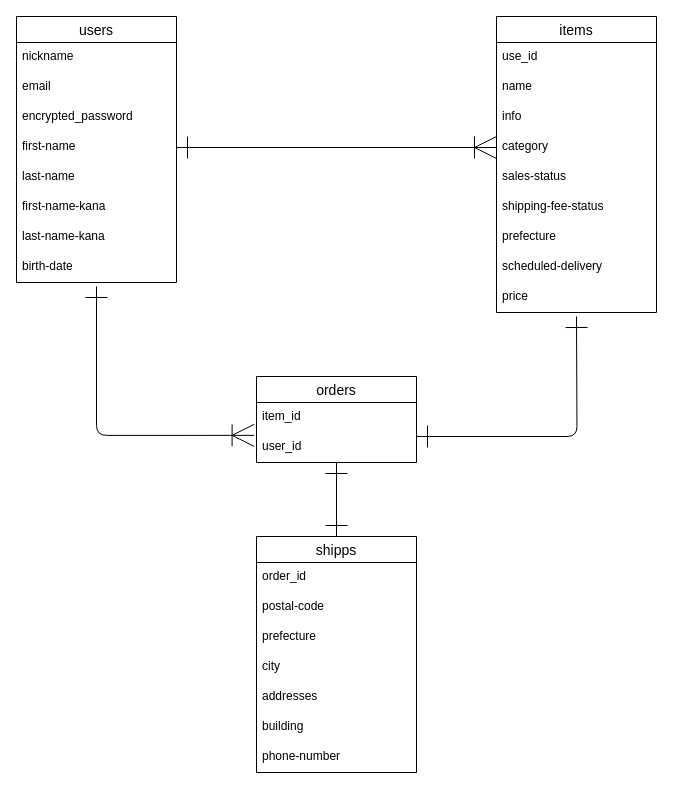
The draw.io diagram app/views/.dio in katsuya53/furima-40206, before the edit. Source tidied: cells renumbered, new cells numbered last; positions are measured from the earlier drawing's top-left corner, leaving out a move shared by most shapes. Both pictures are drawn from the tidied source at 100%, with x=0, y=0 at pixel (16, 16).
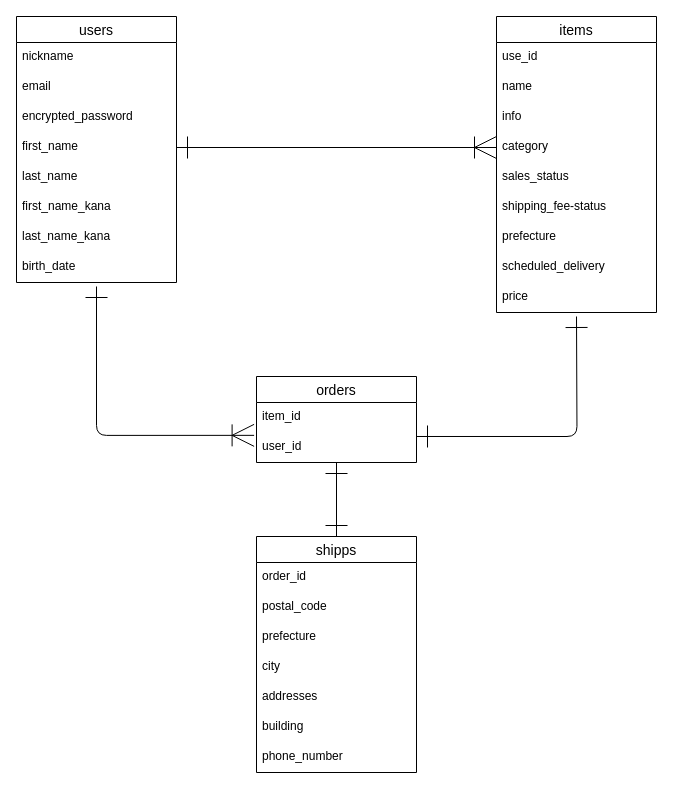
The same diagram, later.

Commit message (it also covers changes not shown here):
ER図とREADMEの修正

The change refers to these unchanged cells:
```xml
<mxCell id="2" value="users" style="swimlane;fontStyle=0;horizontal=1;startSize=26;align=center;fontSize=14;" parent="1" vertex="1">
  <mxGeometry width="160" height="266" as="geometry" />
</mxCell>
<mxCell id="11" value="items" style="swimlane;fontStyle=0;horizontal=1;startSize=26;align=center;fontSize=14;" parent="1" vertex="1">
  <mxGeometry x="480" width="160" height="296" as="geometry" />
</mxCell>
<mxCell id="25" value="shipps" style="swimlane;fontStyle=0;horizontal=1;startSize=26;align=center;fontSize=14;" parent="1" vertex="1">
  <mxGeometry x="240" y="520" width="160" height="236" as="geometry" />
</mxCell>
```

The edit, as a diff of the source:
```diff
@@
-    <mxCell id="6" value="first-name" style="text;strokeColor=none;fillColor=none;spacingLeft=4;spacingRight=4;overflow=hidden;points=[[0,0.5],[1,0.5]];portConstraint=eastwest;fontSize=12;" parent="2" vertex="1">
+    <mxCell id="6" value="first_name" style="text;strokeColor=none;fillColor=none;spacingLeft=4;spacingRight=4;overflow=hidden;points=[[0,0.5],[1,0.5]];portConstraint=eastwest;fontSize=12;" parent="2" vertex="1">
       <mxGeometry y="116" width="160" height="30" as="geometry" />
     </mxCell>
-    <mxCell id="7" value="last-name" style="text;strokeColor=none;fillColor=none;spacingLeft=4;spacingRight=4;overflow=hidden;fontSize=12;" parent="2" vertex="1">
+    <mxCell id="7" value="last_name" style="text;strokeColor=none;fillColor=none;spacingLeft=4;spacingRight=4;overflow=hidden;fontSize=12;" parent="2" vertex="1">
       <mxGeometry y="146" width="160" height="30" as="geometry" />
     </mxCell>
-    <mxCell id="8" value="first-name-kana" style="text;strokeColor=none;fillColor=none;spacingLeft=4;spacingRight=4;overflow=hidden;fontSize=12;" parent="2" vertex="1">
+    <mxCell id="8" value="first_name_kana" style="text;strokeColor=none;fillColor=none;spacingLeft=4;spacingRight=4;overflow=hidden;fontSize=12;" parent="2" vertex="1">
       <mxGeometry y="176" width="160" height="30" as="geometry" />
     </mxCell>
-    <mxCell id="9" value="last-name-kana" style="text;strokeColor=none;fillColor=none;spacingLeft=4;spacingRight=4;overflow=hidden;fontSize=12;" parent="2" vertex="1">
+    <mxCell id="9" value="last_name_kana" style="text;strokeColor=none;fillColor=none;spacingLeft=4;spacingRight=4;overflow=hidden;fontSize=12;" parent="2" vertex="1">
       <mxGeometry y="206" width="160" height="30" as="geometry" />
     </mxCell>
-    <mxCell id="10" value="birth-date" style="text;strokeColor=none;fillColor=none;spacingLeft=4;spacingRight=4;overflow=hidden;fontSize=12;" parent="2" vertex="1">
+    <mxCell id="10" value="birth_date" style="text;strokeColor=none;fillColor=none;spacingLeft=4;spacingRight=4;overflow=hidden;fontSize=12;" parent="2" vertex="1">
       <mxGeometry y="236" width="160" height="30" as="geometry" />
     </mxCell>
@@
-    <mxCell id="16" value="sales-status" style="text;strokeColor=none;fillColor=none;spacingLeft=4;spacingRight=4;overflow=hidden;fontSize=12;" parent="11" vertex="1">
+    <mxCell id="16" value="sales_status" style="text;strokeColor=none;fillColor=none;spacingLeft=4;spacingRight=4;overflow=hidden;fontSize=12;" parent="11" vertex="1">
       <mxGeometry y="146" width="160" height="30" as="geometry" />
     </mxCell>
-    <mxCell id="17" value="shipping-fee-status" style="text;strokeColor=none;fillColor=none;spacingLeft=4;spacingRight=4;overflow=hidden;fontSize=12;" parent="11" vertex="1">
+    <mxCell id="17" value="shipping_fee-status" style="text;strokeColor=none;fillColor=none;spacingLeft=4;spacingRight=4;overflow=hidden;fontSize=12;" parent="11" vertex="1">
       <mxGeometry y="176" width="160" height="30" as="geometry" />
     </mxCell>
@@
-    <mxCell id="19" value="scheduled-delivery" style="text;strokeColor=none;fillColor=none;spacingLeft=4;spacingRight=4;overflow=hidden;fontSize=12;" parent="11" vertex="1">
+    <mxCell id="19" value="scheduled_delivery" style="text;strokeColor=none;fillColor=none;spacingLeft=4;spacingRight=4;overflow=hidden;fontSize=12;" parent="11" vertex="1">
       <mxGeometry y="236" width="160" height="30" as="geometry" />
     </mxCell>
@@
-    <mxCell id="27" value="postal-code" style="text;strokeColor=none;fillColor=none;spacingLeft=4;spacingRight=4;overflow=hidden;fontSize=12;" parent="25" vertex="1">
+    <mxCell id="27" value="postal_code" style="text;strokeColor=none;fillColor=none;spacingLeft=4;spacingRight=4;overflow=hidden;fontSize=12;" parent="25" vertex="1">
       <mxGeometry y="56" width="160" height="30" as="geometry" />
     </mxCell>
@@
-    <mxCell id="32" value="phone-number" style="text;strokeColor=none;fillColor=none;spacingLeft=4;spacingRight=4;overflow=hidden;fontSize=12;" parent="25" vertex="1">
+    <mxCell id="32" value="phone_number" style="text;strokeColor=none;fillColor=none;spacingLeft=4;spacingRight=4;overflow=hidden;fontSize=12;" parent="25" vertex="1">
       <mxGeometry y="206" width="160" height="30" as="geometry" />
     </mxCell>
```
